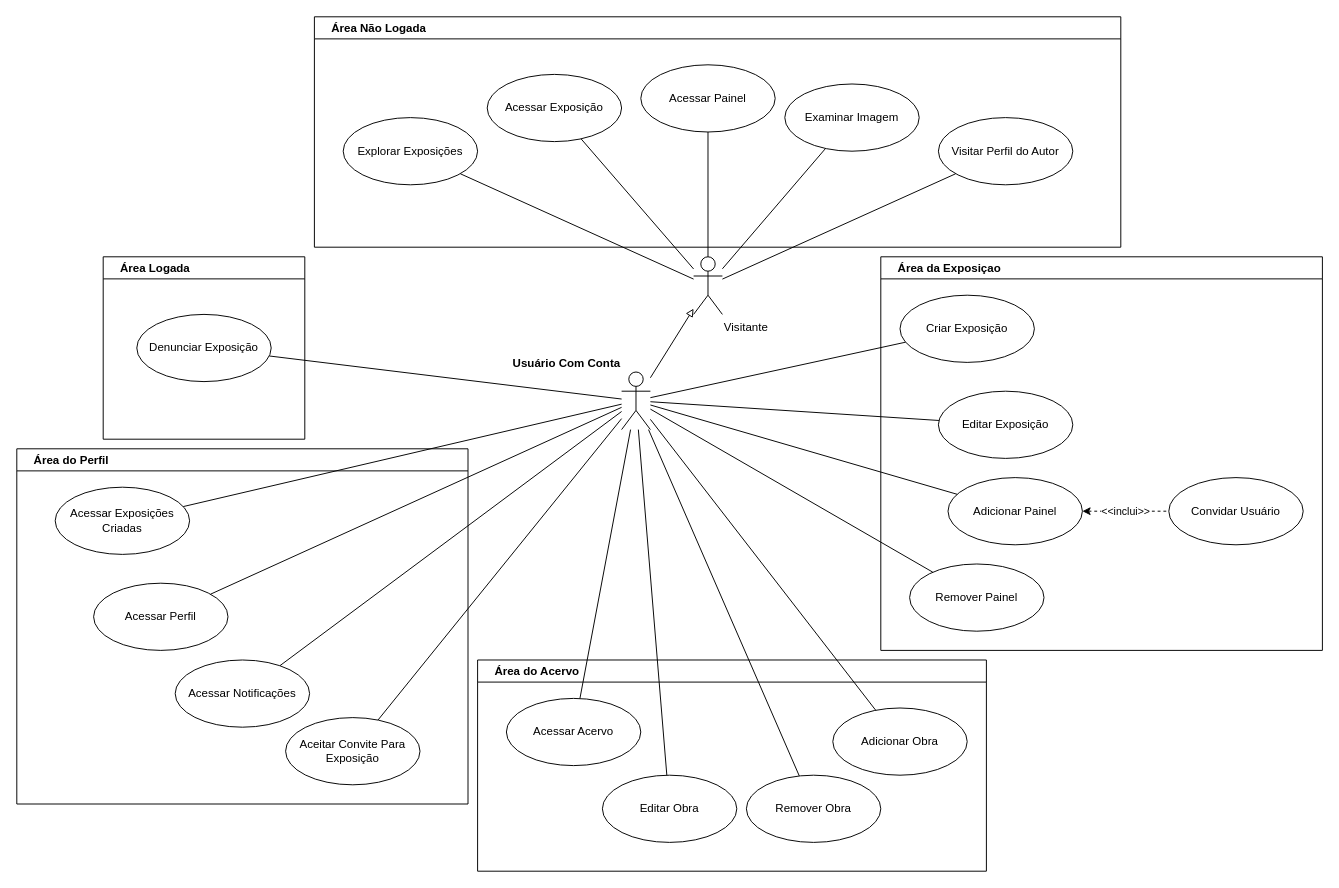
Earlier version of the draw.io diagram page "Casos de Uso" (6 of 6) of UnderExpo.drawio (GustavoDeOliveira/underexpo). Source tidied: cells renumbered, new cells numbered last; positions are measured from the earlier drawing's top-left corner, leaving out a move shared by most shapes. Both pictures are drawn from the tidied source at 96%, with x=0, y=0 at pixel (16, 16).
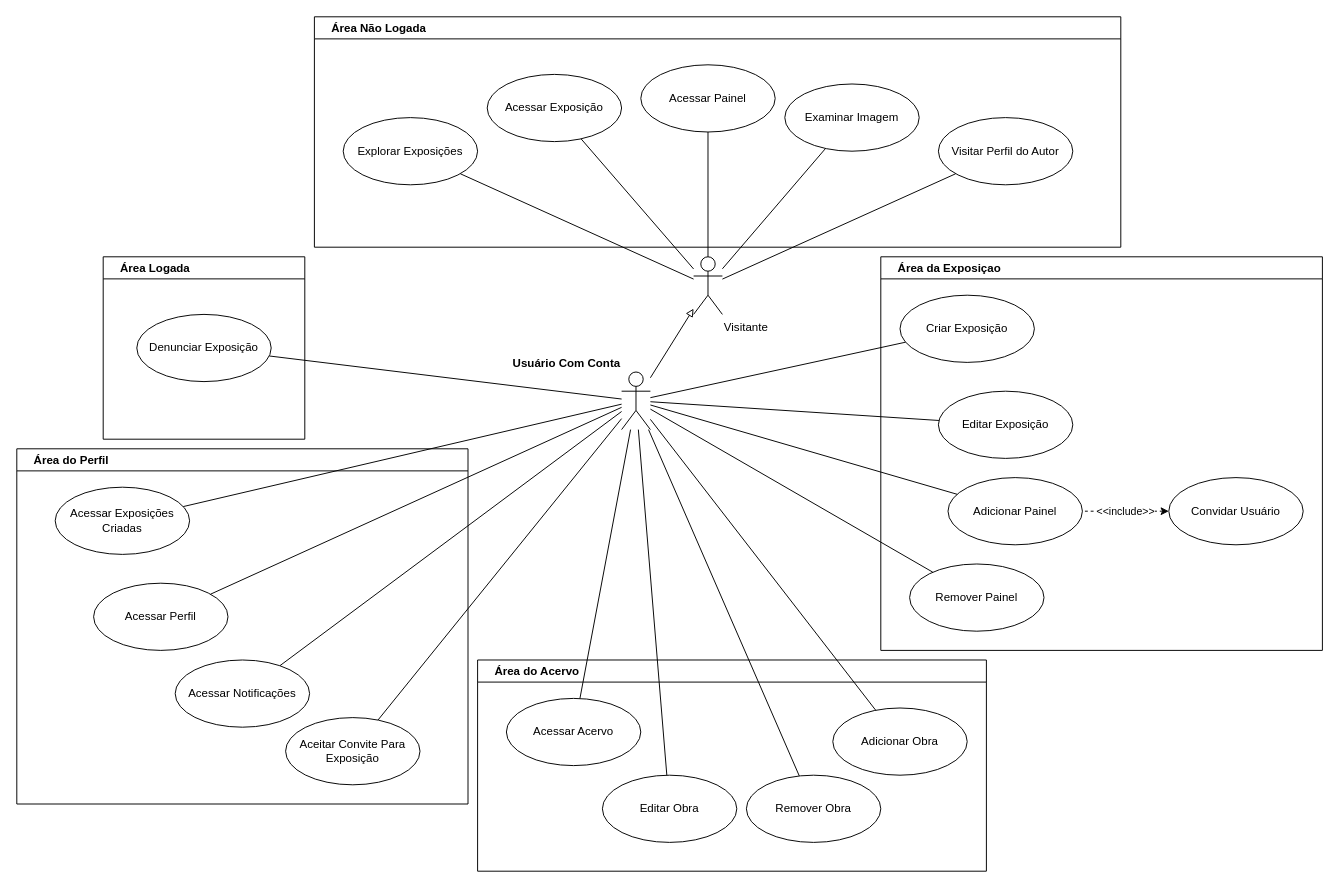
The same diagram, later.

The change refers to these unchanged cells:
```xml
<mxCell id="26" value="Área da Exposiçao" style="swimlane;whiteSpace=wrap;html=1;align=left;spacingLeft=16;" parent="1" vertex="1">
  <mxGeometry x="900" y="250" width="460" height="410" as="geometry" />
</mxCell>
<mxCell id="30" value="Adicionar Painel" style="ellipse;whiteSpace=wrap;html=1;" parent="26" vertex="1">
  <mxGeometry x="70" y="230" width="140" height="70" as="geometry" />
</mxCell>
<mxCell id="31" value="Convidar Usuário" style="ellipse;whiteSpace=wrap;html=1;" parent="26" vertex="1">
  <mxGeometry x="300" y="230" width="140" height="70" as="geometry" />
</mxCell>
```

Change to the diagram source:
```diff
@@
-    <mxCell id="32" value="&amp;lt;&amp;lt;inclui&amp;gt;&amp;gt;" style="rounded=0;jettySize=auto;html=1;entryX=0;entryY=0.5;entryDx=0;entryDy=0;dashed=1;strokeColor=default;startArrow=classic;startFill=1;endArrow=none;endFill=0;exitX=1;exitY=0.5;exitDx=0;exitDy=0;" parent="26" edge="1" source="30" target="31">
+    <mxCell id="32" value="&amp;lt;&amp;lt;include&amp;gt;&amp;gt;" style="rounded=0;jettySize=auto;html=1;entryX=1;entryY=0.5;entryDx=0;entryDy=0;dashed=1;strokeColor=default;startArrow=classic;startFill=1;endArrow=none;endFill=0;exitX=0;exitY=0.5;exitDx=0;exitDy=0;" parent="26" edge="1" source="31" target="30">
       <mxGeometry relative="1" as="geometry" />
     </mxCell>
```
